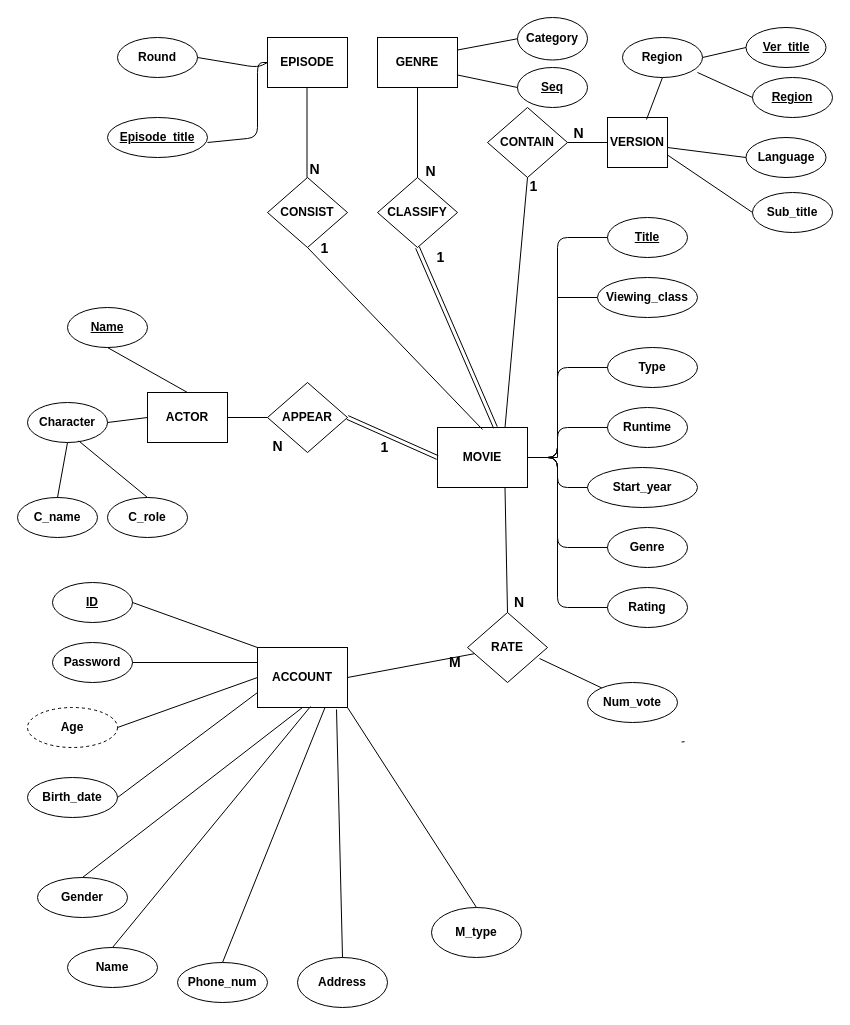
The draw.io diagram Phase2/other_files/Updated Phase1.drawio in now-water/COMP322002_Team13, before the edit. Source tidied: cells renumbered, new cells numbered last; positions are measured from the earlier drawing's top-left corner, leaving out a move shared by most shapes. Both pictures are drawn from the tidied source at 100%, with x=0, y=0 at pixel (17, 17).
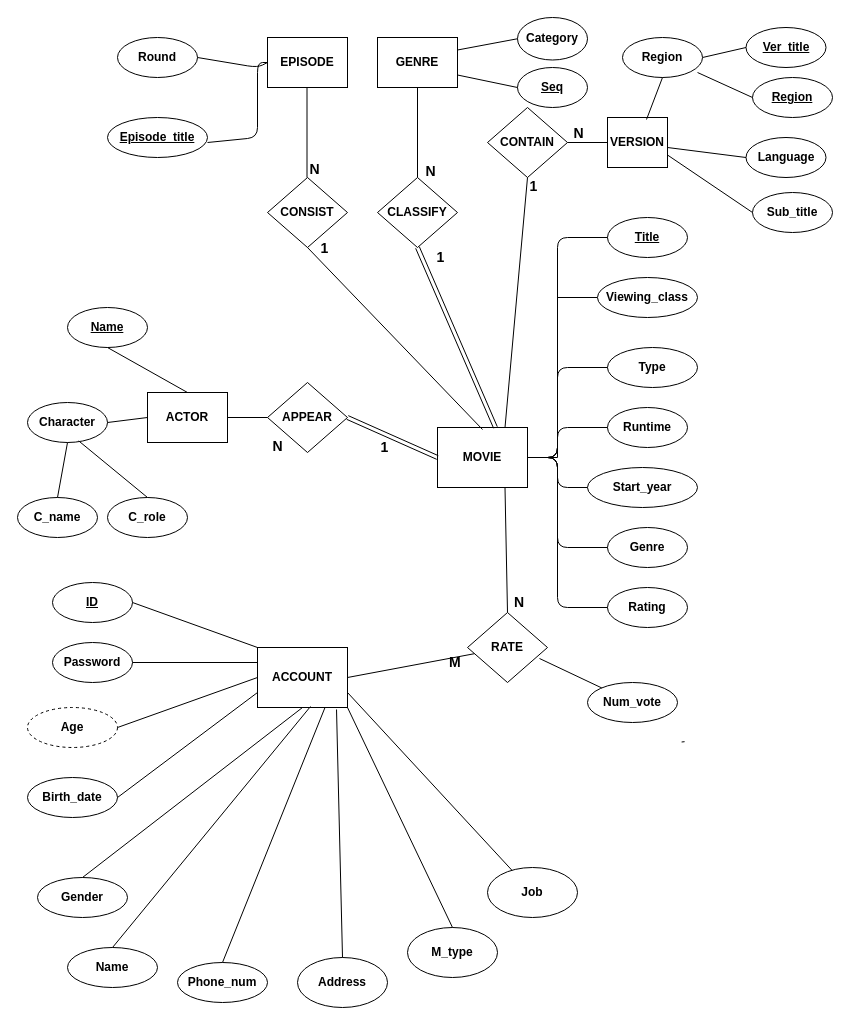
The same page after the edit.

The change refers to these unchanged cells:
```xml
<mxCell id="57" value="ACCOUNT" style="rounded=0;whiteSpace=wrap;html=1;fontSize=12;fontStyle=1;" parent="1" vertex="1">
  <mxGeometry x="240" y="630" width="90" height="60" as="geometry" />
</mxCell>
```

Change to the diagram source:
```diff
@@
     <mxCell id="55" value="M_type" style="ellipse;whiteSpace=wrap;html=1;fontSize=12;fontStyle=1;" parent="1" vertex="1">
-      <mxGeometry x="414" y="890" width="90" height="50" as="geometry" />
+      <mxGeometry x="390" y="910" width="90" height="50" as="geometry" />
     </mxCell>
@@
+    <mxCell id="94" value="Job" style="ellipse;whiteSpace=wrap;html=1;fontSize=12;fontStyle=1;" parent="1" vertex="1">
+      <mxGeometry x="470" y="850" width="90" height="50" as="geometry" />
+    </mxCell>
+    <mxCell id="95" style="endArrow=none;html=1;entryX=1;entryY=0.75;entryDx=0;entryDy=0;" parent="1" edge="1" source="94" target="57">
+      <mxGeometry relative="1" as="geometry" />
+    </mxCell>
```
